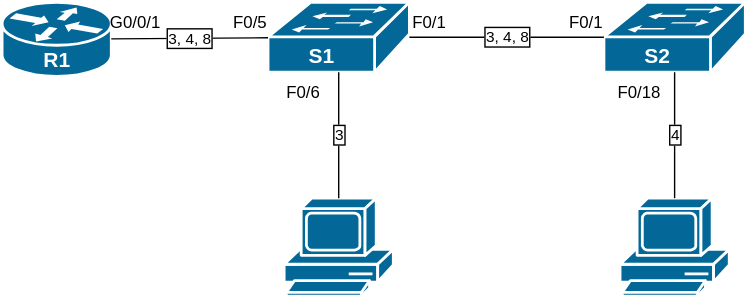
This is lab01/network_lab01.svg from v925659/network_engineer_otus, a draw.io export, as it was before one commit. Source tidied: cells renumbered, new cells last; positions are measured from the earlier drawing's top-left corner, leaving out a move shared by most shapes.
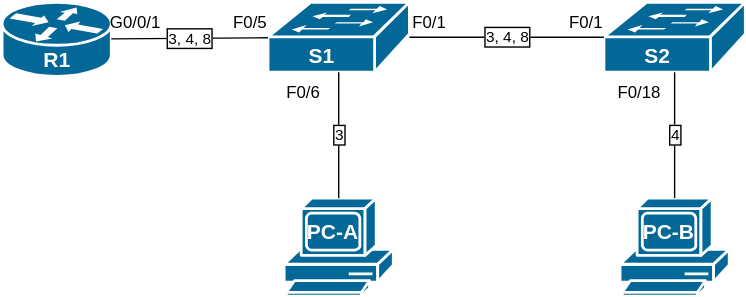
The same diagram one commit later.

Commit message:
add name PCs

The edit, as a diff of the source:
```diff
@@ -8,10 +8,10 @@
     <mxCell id="3" value="R1" style="shape=mxgraph.cisco.routers.router;html=1;dashed=0;fillColor=#036897;strokeColor=#ffffff;strokeWidth=2;verticalLabelPosition=middle;verticalAlign=bottom;rounded=0;shadow=0;comic=0;fontFamily=Helvetica;fontSize=15;labelPosition=center;align=center;fontColor=#FFFFFF;fontStyle=1;" parent="1" vertex="1">
       <mxGeometry width="78" height="53" as="geometry" />
     </mxCell>
-    <mxCell id="4" style="shape=mxgraph.cisco.computers_and_peripherals.pc;sketch=0;html=1;dashed=0;fillColor=#036897;strokeColor=#ffffff;strokeWidth=2;verticalLabelPosition=bottom;verticalAlign=top;align=center;outlineConnect=0;" parent="1" vertex="1">
+    <mxCell id="4" value="PC-A" style="shape=mxgraph.cisco.computers_and_peripherals.pc;sketch=0;html=1;dashed=0;fillColor=#036897;strokeColor=#ffffff;strokeWidth=2;verticalLabelPosition=middle;verticalAlign=middle;align=center;outlineConnect=0;labelPosition=center;fontColor=#FFFFFF;fontSize=15;fontStyle=1;spacingBottom=23;spacingLeft=-10;" parent="1" vertex="1">
       <mxGeometry x="201.5" y="140" width="78" height="70" as="geometry" />
     </mxCell>
-    <mxCell id="5" style="shape=mxgraph.cisco.computers_and_peripherals.pc;sketch=0;html=1;dashed=0;fillColor=#036897;strokeColor=#ffffff;strokeWidth=2;verticalLabelPosition=bottom;verticalAlign=top;align=center;outlineConnect=0;" parent="1" vertex="1">
+    <mxCell id="5" value="PC-B" style="shape=mxgraph.cisco.computers_and_peripherals.pc;sketch=0;html=1;dashed=0;fillColor=#036897;strokeColor=#ffffff;strokeWidth=2;verticalLabelPosition=middle;verticalAlign=middle;align=center;outlineConnect=0;fontColor=#FFFFFF;labelPosition=center;fontSize=15;fontStyle=1;spacingBottom=23;spacingLeft=-10;" parent="1" vertex="1">
       <mxGeometry x="441.5" y="140" width="78" height="70" as="geometry" />
     </mxCell>
     <mxCell id="6" value="&lt;span&gt;S1&lt;/span&gt;" style="shape=mxgraph.cisco.switches.workgroup_switch;sketch=0;html=1;dashed=0;fillColor=#036897;strokeColor=#ffffff;strokeWidth=2;verticalLabelPosition=middle;verticalAlign=bottom;align=center;outlineConnect=0;fontSize=15;labelPosition=center;spacingRight=25;fontColor=#FFFFFF;fontStyle=1;" parent="1" vertex="1">
```
